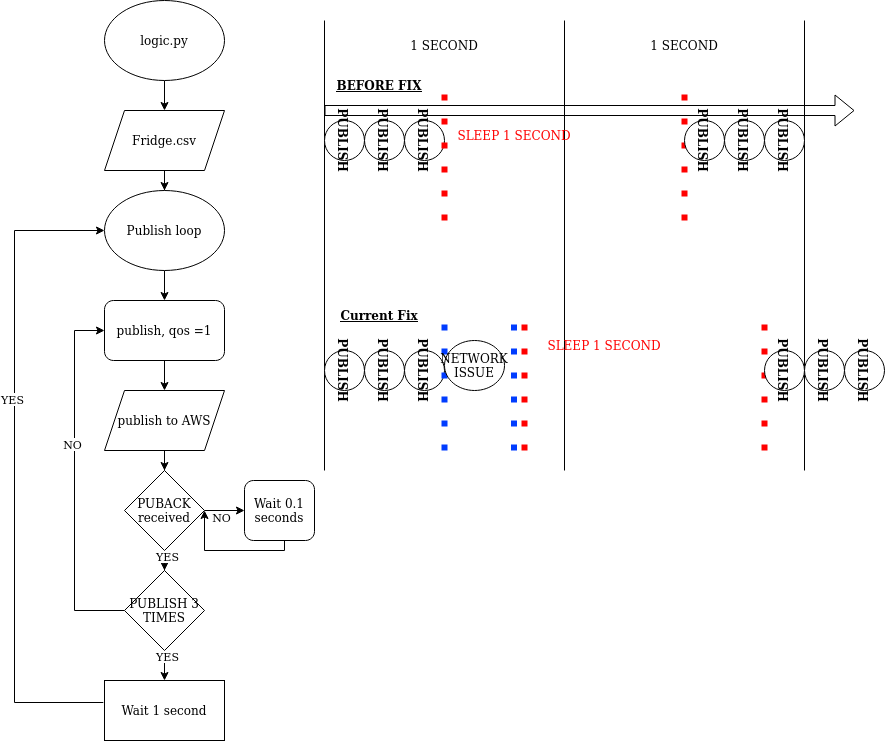
Before: errors.drawio.png, a diagram exported from draw.io (aimanhaizal/turbo-octo-waddle). Source tidied: cells renumbered, new cells last; positions are measured from the earlier drawing's top-left corner, leaving out a move shared by most shapes.
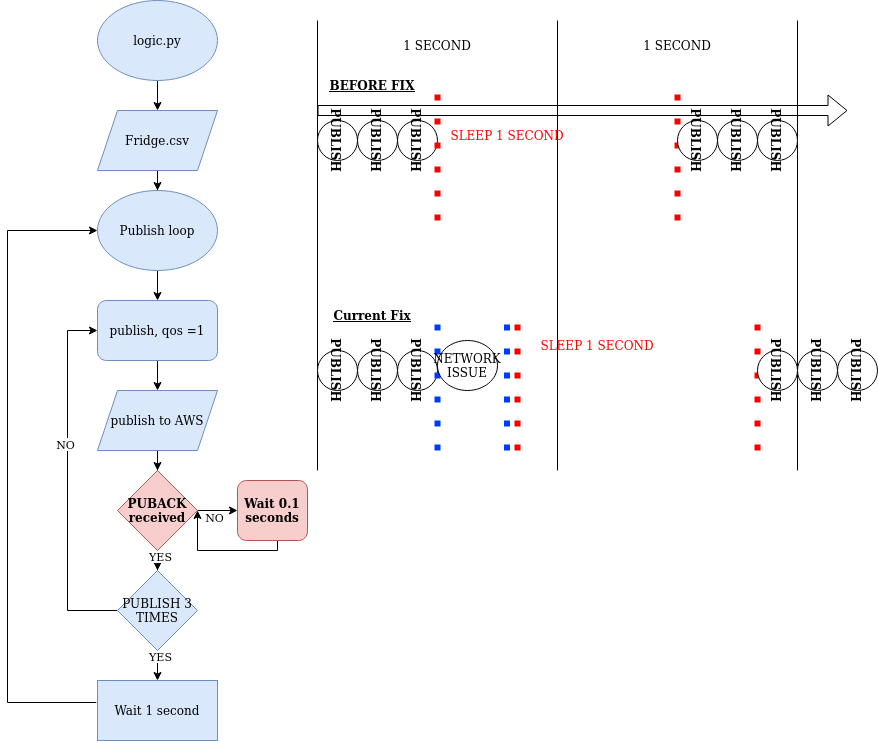
The same diagram one commit later.

Change to the diagram source:
```diff
@@ -5,31 +5,31 @@
     <mxCell id="2" style="edgeStyle=orthogonalEdgeStyle;rounded=0;jettySize=auto;html=1;" parent="1" edge="1" source="3" target="5">
       <mxGeometry relative="1" as="geometry" />
     </mxCell>
-    <mxCell id="3" value="logic.py" style="ellipse;whiteSpace=wrap;html=1;" parent="1" vertex="1">
+    <mxCell id="3" value="logic.py" style="ellipse;whiteSpace=wrap;html=1;fillColor=#dae8fc;strokeColor=#6c8ebf;" parent="1" vertex="1">
       <mxGeometry x="90" width="120" height="80" as="geometry" />
     </mxCell>
     <mxCell id="4" style="edgeStyle=orthogonalEdgeStyle;rounded=0;jettySize=auto;html=1;" parent="1" edge="1" source="5" target="11">
       <mxGeometry relative="1" as="geometry" />
     </mxCell>
-    <mxCell id="5" value="Fridge.csv" style="shape=parallelogram;perimeter=parallelogramPerimeter;whiteSpace=wrap;html=1;fixedSize=1;" parent="1" vertex="1">
+    <mxCell id="5" value="Fridge.csv" style="shape=parallelogram;perimeter=parallelogramPerimeter;whiteSpace=wrap;html=1;fixedSize=1;fillColor=#dae8fc;strokeColor=#6c8ebf;" parent="1" vertex="1">
       <mxGeometry x="90" y="110" width="120" height="60" as="geometry" />
     </mxCell>
     <mxCell id="6" style="edgeStyle=orthogonalEdgeStyle;rounded=0;jettySize=auto;html=1;" parent="1" edge="1" source="7" target="9">
       <mxGeometry relative="1" as="geometry" />
     </mxCell>
-    <mxCell id="7" value="publish, qos =1" style="rounded=1;whiteSpace=wrap;html=1;" parent="1" vertex="1">
+    <mxCell id="7" value="publish, qos =1" style="rounded=1;whiteSpace=wrap;html=1;fillColor=#dae8fc;strokeColor=#6c8ebf;" parent="1" vertex="1">
       <mxGeometry x="90" y="300" width="120" height="60" as="geometry" />
     </mxCell>
     <mxCell id="8" style="edgeStyle=orthogonalEdgeStyle;rounded=0;jettySize=auto;html=1;" parent="1" edge="1" source="9" target="16">
       <mxGeometry relative="1" as="geometry" />
     </mxCell>
-    <mxCell id="9" value="publish to AWS" style="shape=parallelogram;perimeter=parallelogramPerimeter;whiteSpace=wrap;html=1;fixedSize=1;" parent="1" vertex="1">
+    <mxCell id="9" value="publish to AWS" style="shape=parallelogram;perimeter=parallelogramPerimeter;whiteSpace=wrap;html=1;fixedSize=1;fillColor=#dae8fc;strokeColor=#6c8ebf;" parent="1" vertex="1">
       <mxGeometry x="90" y="390" width="120" height="60" as="geometry" />
     </mxCell>
     <mxCell id="10" style="edgeStyle=orthogonalEdgeStyle;rounded=0;jettySize=auto;html=1;" parent="1" edge="1" source="11" target="7">
       <mxGeometry relative="1" as="geometry" />
     </mxCell>
-    <mxCell id="11" value="Publish loop" style="ellipse;whiteSpace=wrap;html=1;" parent="1" vertex="1">
+    <mxCell id="11" value="Publish loop" style="ellipse;whiteSpace=wrap;html=1;fillColor=#dae8fc;strokeColor=#6c8ebf;" parent="1" vertex="1">
       <mxGeometry x="90" y="190" width="120" height="80" as="geometry" />
     </mxCell>
     <mxCell id="12" style="edgeStyle=orthogonalEdgeStyle;rounded=0;jettySize=auto;html=1;" parent="1" edge="1" source="16" target="20">
@@ -44,7 +44,7 @@
     <mxCell id="15" value="YES" style="edgeLabel;html=1;align=center;verticalAlign=middle;" parent="14" vertex="1">
       <mxGeometry x="0.5" y="2" relative="1" as="geometry" />
     </mxCell>
-    <mxCell id="16" value="&lt;div&gt;PUBACK&lt;/div&gt;&lt;div&gt;received&lt;br&gt;&lt;/div&gt;" style="rhombus;whiteSpace=wrap;html=1;" parent="1" vertex="1">
+    <mxCell id="16" value="&lt;div&gt;PUBACK&lt;/div&gt;&lt;div&gt;received&lt;br&gt;&lt;/div&gt;" style="rhombus;whiteSpace=wrap;html=1;fillColor=#f8cecc;strokeColor=#b85450;fontStyle=1;" parent="1" vertex="1">
       <mxGeometry x="110" y="470" width="80" height="80" as="geometry" />
     </mxCell>
     <mxCell id="17" style="edgeStyle=orthogonalEdgeStyle;rounded=0;orthogonalLoop=1;jettySize=auto;html=1;entryX=0;entryY=0.5;entryDx=0;entryDy=0;exitX=0;exitY=0.5;exitDx=0;exitDy=0;" parent="1" edge="1">
@@ -71,7 +71,7 @@
         </Array>
       </mxGeometry>
     </mxCell>
-    <mxCell id="20" value="Wait 0.1 seconds" style="rounded=1;whiteSpace=wrap;html=1;" parent="1" vertex="1">
+    <mxCell id="20" value="Wait 0.1 seconds" style="rounded=1;whiteSpace=wrap;html=1;fillColor=#f8cecc;strokeColor=#b85450;fontStyle=1;" parent="1" vertex="1">
       <mxGeometry x="230" y="480" width="70" height="60" as="geometry" />
     </mxCell>
     <mxCell id="21" style="shape=flexArrow;endArrow=classic;html=1;rounded=0;" parent="1" edge="1">
@@ -197,10 +197,10 @@
     <mxCell id="51" value="YES" style="edgeLabel;html=1;align=center;verticalAlign=middle;" parent="50" vertex="1">
       <mxGeometry x="-0.8" y="2" relative="1" as="geometry" />
     </mxCell>
-    <mxCell id="52" value="PUBLISH 3 TIMES" style="rhombus;whiteSpace=wrap;html=1;" parent="1" vertex="1">
+    <mxCell id="52" value="PUBLISH 3 TIMES" style="rhombus;whiteSpace=wrap;html=1;fillColor=#dae8fc;strokeColor=#6c8ebf;" parent="1" vertex="1">
       <mxGeometry x="110" y="570" width="80" height="80" as="geometry" />
     </mxCell>
-    <mxCell id="53" value="Wait 1 second" style="whiteSpace=wrap;html=1;" parent="1" vertex="1">
+    <mxCell id="53" value="Wait 1 second" style="whiteSpace=wrap;html=1;fillColor=#dae8fc;strokeColor=#6c8ebf;" parent="1" vertex="1">
       <mxGeometry x="90" y="680" width="120" height="60" as="geometry" />
     </mxCell>
     <mxCell id="54" style="edgeStyle=orthogonalEdgeStyle;rounded=0;orthogonalLoop=1;jettySize=auto;html=1;exitX=0;exitY=0.5;exitDx=0;exitDy=0;" parent="1" edge="1">
@@ -213,8 +213,5 @@
         </Array>
       </mxGeometry>
     </mxCell>
-    <mxCell id="55" value="YES" style="edgeLabel;html=1;align=center;verticalAlign=middle;" parent="54" vertex="1">
-      <mxGeometry x="0.21" y="3" relative="1" as="geometry" />
-    </mxCell>
   </root>
 </mxGraphModel>
```
